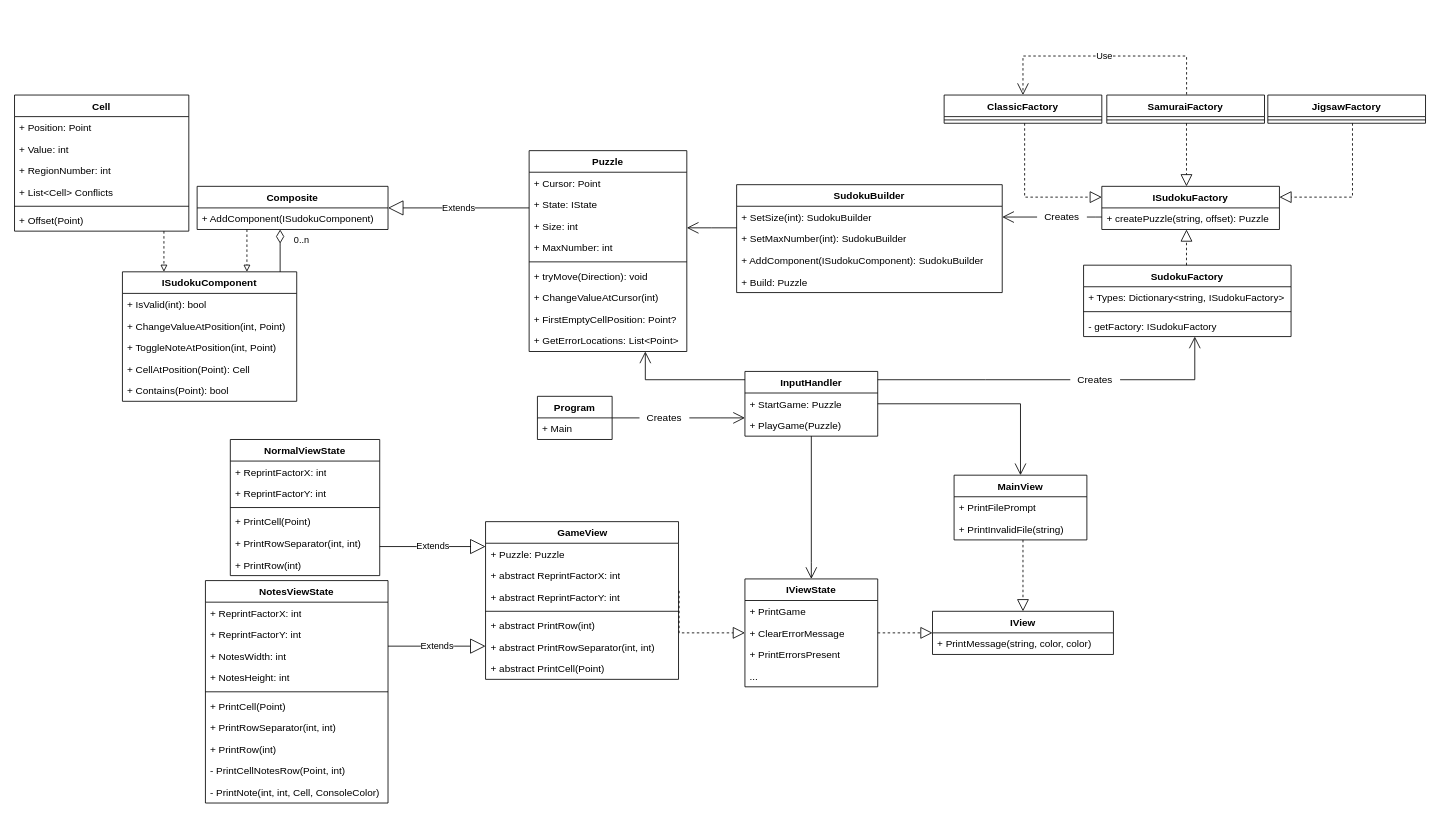
Earlier version of the draw.io diagram Class diagram.drawio (Rutgerw1/designpatterns1). Source tidied: cells renumbered, new cells numbered last; positions are measured from the earlier drawing's top-left corner, leaving out a move shared by most shapes. Both pictures are drawn from the tidied source at 83%, with x=0, y=0 at pixel (14, 56).
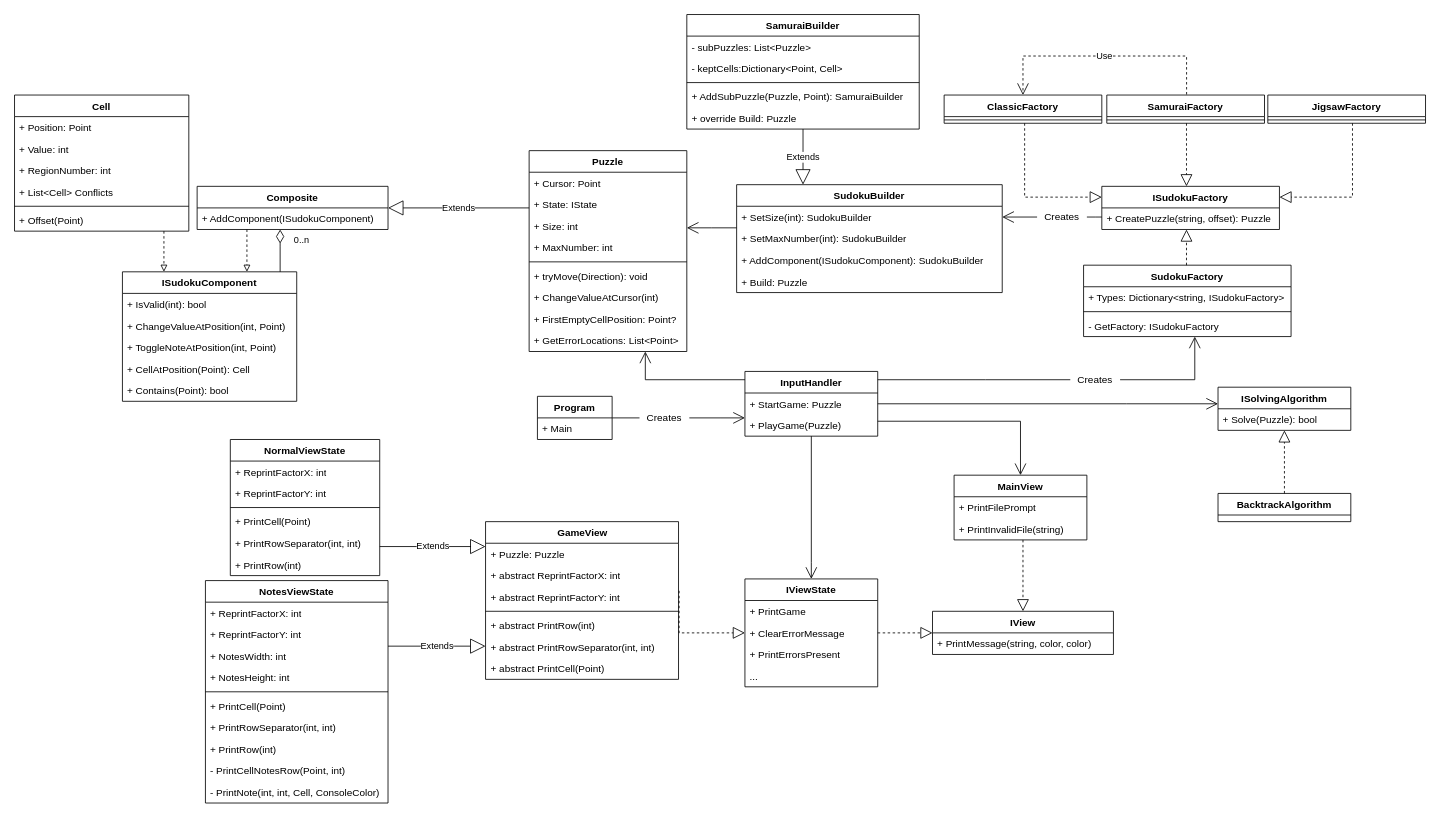
Above is the later version.

The change refers to these unchanged cells:
```xml
<mxCell id="30" value="SudokuFactory" style="swimlane;fontStyle=1;align=center;verticalAlign=top;horizontal=1;startSize=26;" parent="1" vertex="1">
  <mxGeometry x="1288" y="252" width="250" height="86" as="geometry" />
</mxCell>
<mxCell id="40" value="InputHandler" style="swimlane;fontStyle=1;align=center;verticalAlign=top;horizontal=1;startSize=26;strokeColor=default;" parent="1" vertex="1">
  <mxGeometry x="880" y="380" width="160" height="78" as="geometry" />
</mxCell>
<mxCell id="53" value="ISudokuFactory" style="swimlane;fontStyle=1;align=center;verticalAlign=top;horizontal=1;startSize=26;strokeColor=default;" parent="1" vertex="1">
  <mxGeometry x="1310" y="157" width="214" height="52" as="geometry" />
</mxCell>
<mxCell id="94" value="SudokuBuilder" style="swimlane;fontStyle=1;align=center;verticalAlign=top;horizontal=1;startSize=26;whiteSpace=wrap;html=1;" parent="1" vertex="1">
  <mxGeometry x="870" y="155" width="320" height="130" as="geometry" />
</mxCell>
<mxCell id="108" value="MainView" style="swimlane;fontStyle=1;align=center;verticalAlign=top;horizontal=1;startSize=26;whiteSpace=wrap;html=1;" parent="1" vertex="1">
  <mxGeometry x="1132" y="505" width="160" height="78" as="geometry" />
</mxCell>
```

Diff of the diagram source:
```diff
@@
-    <mxCell id="33" value="- getFactory: ISudokuFactory" style="text;strokeColor=none;fillColor=none;align=left;verticalAlign=top;spacingLeft=4;spacingRight=4;overflow=hidden;" parent="30" vertex="1">
+    <mxCell id="33" value="- GetFactory: ISudokuFactory" style="text;strokeColor=none;fillColor=none;align=left;verticalAlign=top;spacingLeft=4;spacingRight=4;overflow=hidden;" parent="30" vertex="1">
       <mxGeometry y="60" width="250" height="26" as="geometry" />
     </mxCell>
@@
-    <mxCell id="54" value="+ createPuzzle(string, offset): Puzzle" style="text;strokeColor=none;fillColor=none;align=left;verticalAlign=top;spacingLeft=4;spacingRight=4;overflow=hidden;" parent="53" vertex="1">
+    <mxCell id="54" value="+ CreatePuzzle(string, offset): Puzzle" style="text;strokeColor=none;fillColor=none;align=left;verticalAlign=top;spacingLeft=4;spacingRight=4;overflow=hidden;" parent="53" vertex="1">
       <mxGeometry y="26" width="214" height="26" as="geometry" />
     </mxCell>
@@
     <mxCell id="111" style="endArrow=open;endFill=1;endSize=12;html=1;rounded=0;edgeStyle=orthogonalEdgeStyle;" parent="1" edge="1" source="40" target="108">
-      <mxGeometry relative="1" as="geometry" />
+      <mxGeometry relative="1" as="geometry">
+        <Array as="points">
+          <mxPoint x="1212" y="440" />
+        </Array>
+      </mxGeometry>
     </mxCell>
@@
+    <mxCell id="113" value="SamuraiBuilder" style="swimlane;fontStyle=1;align=center;verticalAlign=top;horizontal=1;startSize=26;whiteSpace=wrap;html=1;" parent="1" vertex="1">
+      <mxGeometry x="810" y="-50" width="280" height="138" as="geometry" />
+    </mxCell>
+    <mxCell id="114" value="- subPuzzles: List&amp;lt;Puzzle&amp;gt;" style="text;strokeColor=none;fillColor=none;align=left;verticalAlign=top;spacingLeft=4;spacingRight=4;overflow=hidden;whiteSpace=wrap;html=1;" parent="113" vertex="1">
+      <mxGeometry y="26" width="280" height="26" as="geometry" />
+    </mxCell>
+    <mxCell id="115" value="- keptCells:Dictionary&amp;lt;Point, Cell&amp;gt;" style="text;strokeColor=none;fillColor=none;align=left;verticalAlign=top;spacingLeft=4;spacingRight=4;overflow=hidden;whiteSpace=wrap;html=1;" parent="113" vertex="1">
+      <mxGeometry y="52" width="280" height="26" as="geometry" />
+    </mxCell>
+    <mxCell id="116" style="line;strokeWidth=1;fillColor=none;align=left;verticalAlign=middle;spacingTop=-1;spacingLeft=3;spacingRight=3;labelPosition=right;strokeColor=inherit;" parent="113" vertex="1">
+      <mxGeometry y="78" width="280" height="8" as="geometry" />
+    </mxCell>
+    <mxCell id="117" value="+ AddSubPuzzle(Puzzle, Point): SamuraiBuilder" style="text;strokeColor=none;fillColor=none;align=left;verticalAlign=top;spacingLeft=4;spacingRight=4;overflow=hidden;whiteSpace=wrap;html=1;" parent="113" vertex="1">
+      <mxGeometry y="86" width="280" height="26" as="geometry" />
+    </mxCell>
+    <mxCell id="118" value="+ override Build: Puzzle" style="text;strokeColor=none;fillColor=none;align=left;verticalAlign=top;spacingLeft=4;spacingRight=4;overflow=hidden;whiteSpace=wrap;html=1;" parent="113" vertex="1">
+      <mxGeometry y="112" width="280" height="26" as="geometry" />
+    </mxCell>
+    <mxCell id="119" value="Extends" style="endArrow=block;endSize=16;endFill=0;html=1;rounded=0;edgeStyle=orthogonalEdgeStyle;" parent="1" edge="1" source="113" target="94">
+      <mxGeometry relative="1" as="geometry">
+        <Array as="points">
+          <mxPoint x="950" y="160" />
+          <mxPoint x="950" y="160" />
+        </Array>
+      </mxGeometry>
+    </mxCell>
+    <mxCell id="120" style="endArrow=open;endFill=1;endSize=12;html=1;rounded=0;edgeStyle=orthogonalEdgeStyle;" parent="1" edge="1" source="40" target="121">
+      <mxGeometry relative="1" as="geometry">
+        <Array as="points">
+          <mxPoint x="1340" y="419" />
+          <mxPoint x="1340" y="419" />
+        </Array>
+      </mxGeometry>
+    </mxCell>
+    <mxCell id="121" value="ISolvingAlgorithm" style="swimlane;fontStyle=1;align=center;verticalAlign=top;horizontal=1;startSize=26;whiteSpace=wrap;html=1;" parent="1" vertex="1">
+      <mxGeometry x="1450" y="399" width="160" height="52" as="geometry" />
+    </mxCell>
+    <mxCell id="122" value="+ Solve(Puzzle): bool" style="text;strokeColor=none;fillColor=none;align=left;verticalAlign=top;spacingLeft=4;spacingRight=4;overflow=hidden;whiteSpace=wrap;html=1;" parent="121" vertex="1">
+      <mxGeometry y="26" width="160" height="26" as="geometry" />
+    </mxCell>
+    <mxCell id="123" value="BacktrackAlgorithm" style="swimlane;fontStyle=1;align=center;verticalAlign=top;horizontal=1;startSize=26;whiteSpace=wrap;html=1;" parent="1" vertex="1">
+      <mxGeometry x="1450" y="527" width="160" height="34" as="geometry" />
+    </mxCell>
+    <mxCell id="124" style="endArrow=block;dashed=1;endFill=0;endSize=12;html=1;rounded=0;edgeStyle=orthogonalEdgeStyle;" parent="1" edge="1" source="123" target="121">
+      <mxGeometry relative="1" as="geometry" />
+    </mxCell>
```
